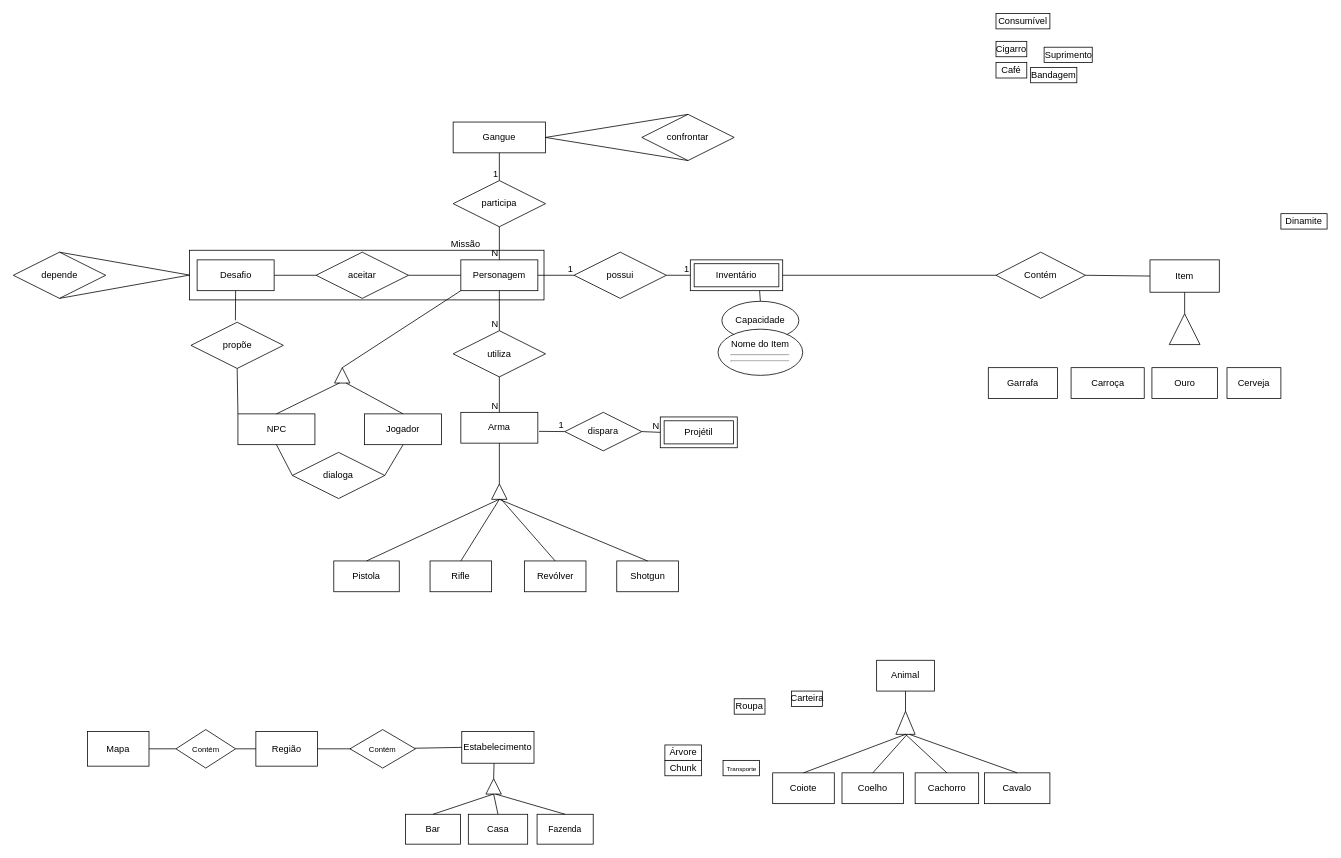
Above: assets/img/Untitled Diagram.drawio in SBD1/2024.1-Red_Dead_Redemption2 (draw.io), before the change. Source tidied: cells renumbered, new cells numbered last; positions are measured from the earlier drawing's top-left corner, leaving out a move shared by most shapes. Both pictures are drawn from the tidied source at 77%, with x=0, y=0 at pixel (13, 13).
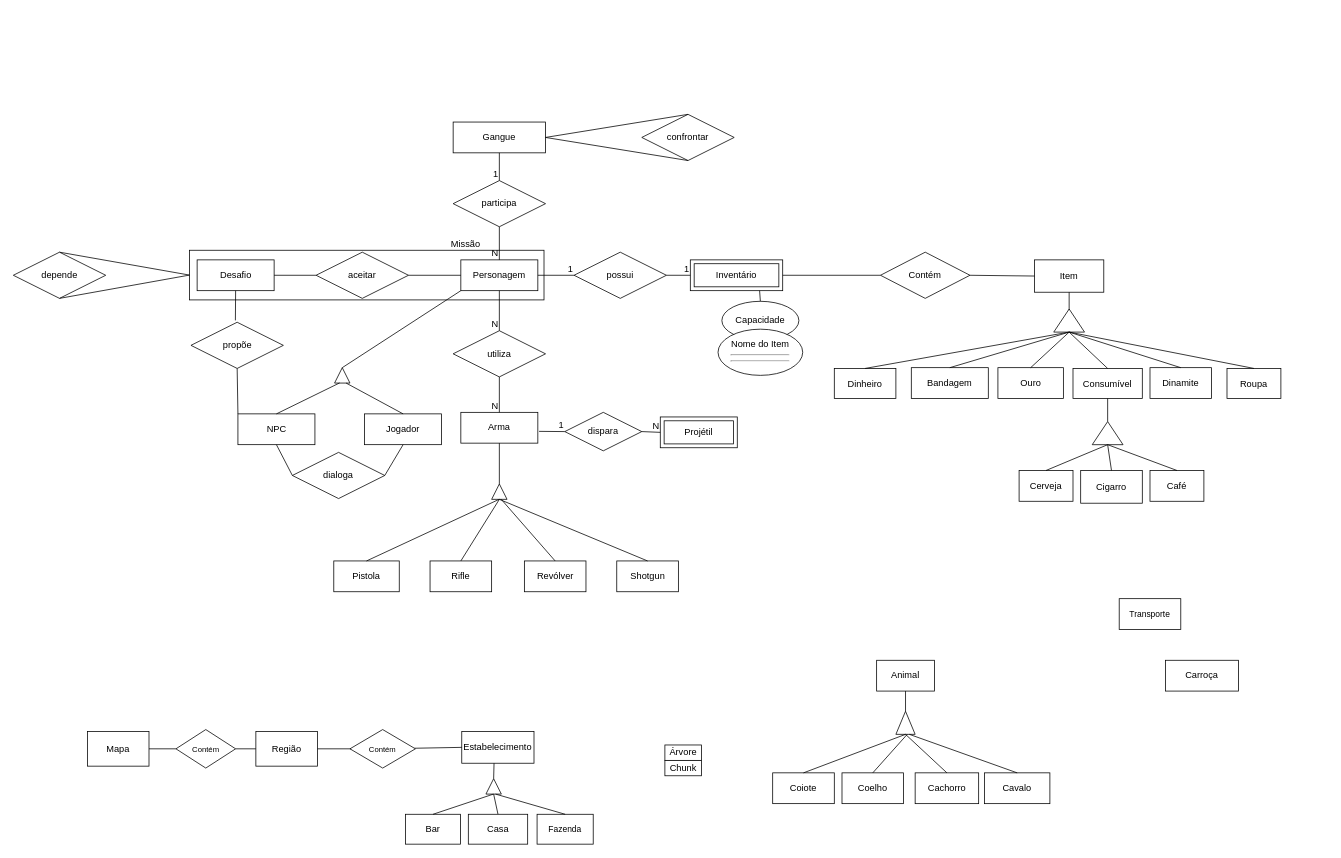
After the change.

Diff of the diagram source:
```diff
@@
     <mxCell id="7" value="Ouro" style="whiteSpace=wrap;html=1;" parent="1" vertex="1">
-      <mxGeometry x="1478.5" y="460" width="85" height="40" as="geometry" />
+      <mxGeometry x="1278.5" y="460" width="85" height="40" as="geometry" />
     </mxCell>
@@
     <mxCell id="9" value="Bandagem" style="whiteSpace=wrap;html=1;" parent="1" vertex="1">
-      <mxGeometry x="1321" y="70" width="60" height="20" as="geometry" />
+      <mxGeometry x="1166" y="460" width="100" height="40" as="geometry" />
     </mxCell>
-    <mxCell id="10" value="Garrafa" style="whiteSpace=wrap;html=1;" parent="1" vertex="1">
-      <mxGeometry x="1266" y="460" width="90" height="40" as="geometry" />
-    </mxCell>
     <mxCell id="11" value="Dinamite" style="whiteSpace=wrap;html=1;" parent="1" vertex="1">
-      <mxGeometry x="1646" y="260" width="60" height="20" as="geometry" />
+      <mxGeometry x="1476" y="460" width="80" height="40" as="geometry" />
     </mxCell>
@@
     <mxCell id="13" value="Carroça" style="whiteSpace=wrap;html=1;" parent="1" vertex="1">
-      <mxGeometry x="1373.5" y="460" width="95" height="40" as="geometry" />
+      <mxGeometry x="1496" y="840" width="95" height="40" as="geometry" />
     </mxCell>
@@
     <mxCell id="15" value="Item" style="whiteSpace=wrap;html=1;" parent="1" vertex="1">
-      <mxGeometry x="1476" y="320" width="90" height="42" as="geometry" />
+      <mxGeometry x="1326" y="320" width="90" height="42" as="geometry" />
     </mxCell>
-    <mxCell id="16" value="Carteira" style="whiteSpace=wrap;html=1;" parent="1" vertex="1">
-      <mxGeometry x="1010.5" y="880" width="40" height="20" as="geometry" />
+    <mxCell id="16" value="Dinheiro" style="whiteSpace=wrap;html=1;" parent="1" vertex="1">
+      <mxGeometry x="1066" y="461" width="80" height="39" as="geometry" />
     </mxCell>
     <mxCell id="17" value="Consumível" style="whiteSpace=wrap;html=1;" parent="1" vertex="1">
-      <mxGeometry x="1276" width="70" height="20" as="geometry" />
+      <mxGeometry x="1376" y="461" width="90" height="39" as="geometry" />
     </mxCell>
     <mxCell id="18" value="Cigarro" style="whiteSpace=wrap;html=1;" parent="1" vertex="1">
-      <mxGeometry x="1276" y="36.2" width="40" height="20" as="geometry" />
+      <mxGeometry x="1386" y="593.5" width="80" height="42.5" as="geometry" />
     </mxCell>
     <mxCell id="19" value="Cerveja" style="whiteSpace=wrap;html=1;" parent="1" vertex="1">
-      <mxGeometry x="1576" y="460" width="70" height="40" as="geometry" />
+      <mxGeometry x="1306" y="593.5" width="70" height="40" as="geometry" />
     </mxCell>
     <mxCell id="20" value="Café" style="whiteSpace=wrap;html=1;" parent="1" vertex="1">
-      <mxGeometry x="1276" y="63.8" width="40" height="20" as="geometry" />
+      <mxGeometry x="1476" y="593.5" width="70" height="40" as="geometry" />
     </mxCell>
@@
     <mxCell id="22" value="Roupa" style="whiteSpace=wrap;html=1;" parent="1" vertex="1">
-      <mxGeometry x="936" y="890" width="40" height="20" as="geometry" />
+      <mxGeometry x="1576" y="461" width="70" height="39" as="geometry" />
     </mxCell>
-    <mxCell id="23" value="Suprimento" style="whiteSpace=wrap;html=1;" parent="1" vertex="1">
-      <mxGeometry x="1338.5" y="43.8" width="62.5" height="20" as="geometry" />
-    </mxCell>
@@
-    <mxCell id="35" value="&lt;font style=&quot;font-size: 8px;&quot;&gt;Transporte&lt;/font&gt;" style="whiteSpace=wrap;html=1;align=center;" parent="1" vertex="1">
-      <mxGeometry x="921.5" y="970" width="47.5" height="20" as="geometry" />
+    <mxCell id="35" value="&lt;font style=&quot;font-size: 11px;&quot;&gt;Transporte&lt;/font&gt;" style="whiteSpace=wrap;html=1;align=center;" parent="1" vertex="1">
+      <mxGeometry x="1436" y="760" width="80" height="40" as="geometry" />
     </mxCell>
@@
     <mxCell id="103" value="Contém" style="shape=rhombus;perimeter=rhombusPerimeter;whiteSpace=wrap;html=1;align=center;" parent="1" vertex="1">
-      <mxGeometry x="1276" y="310" width="116.2" height="60" as="geometry" />
+      <mxGeometry x="1126" y="310" width="116.2" height="60" as="geometry" />
     </mxCell>
@@
     <mxCell id="108" style="endArrow=none;html=1;rounded=0;entryX=0.5;entryY=1;entryDx=0;entryDy=0;" parent="1" edge="1" target="15">
       <mxGeometry relative="1" as="geometry">
-        <mxPoint x="1521" y="390" as="sourcePoint" />
+        <mxPoint x="1371" y="390" as="sourcePoint" />
       </mxGeometry>
     </mxCell>
@@
     <mxCell id="110" style="triangle;whiteSpace=wrap;html=1;direction=north;" parent="1" vertex="1">
-      <mxGeometry x="1501" y="390" width="40" height="40" as="geometry" />
+      <mxGeometry x="1351" y="383.8" width="40" height="30" as="geometry" />
     </mxCell>
@@
+    <mxCell id="114" style="endArrow=none;html=1;rounded=0;entryX=0;entryY=0.5;entryDx=0;entryDy=0;exitX=0.5;exitY=0;exitDx=0;exitDy=0;" parent="1" edge="1" source="9" target="110">
+      <mxGeometry relative="1" as="geometry" />
+    </mxCell>
+    <mxCell id="115" style="endArrow=none;html=1;rounded=0;entryX=0;entryY=0.5;entryDx=0;entryDy=0;exitX=0.5;exitY=0;exitDx=0;exitDy=0;" parent="1" edge="1" source="7" target="110">
+      <mxGeometry relative="1" as="geometry" />
+    </mxCell>
+    <mxCell id="116" style="endArrow=none;html=1;rounded=0;entryX=0;entryY=0.5;entryDx=0;entryDy=0;exitX=0.5;exitY=0;exitDx=0;exitDy=0;" parent="1" edge="1" source="17" target="110">
+      <mxGeometry relative="1" as="geometry" />
+    </mxCell>
+    <mxCell id="117" style="endArrow=none;html=1;rounded=0;entryX=0;entryY=0.5;entryDx=0;entryDy=0;exitX=0.5;exitY=0;exitDx=0;exitDy=0;" parent="1" edge="1" source="11" target="110">
+      <mxGeometry relative="1" as="geometry" />
+    </mxCell>
+    <mxCell id="118" style="triangle;whiteSpace=wrap;html=1;direction=north;" parent="1" vertex="1">
+      <mxGeometry x="1401" y="530" width="40" height="30" as="geometry" />
+    </mxCell>
+    <mxCell id="119" style="endArrow=none;html=1;rounded=0;entryX=0.5;entryY=1;entryDx=0;entryDy=0;exitX=1;exitY=0.5;exitDx=0;exitDy=0;" parent="1" edge="1" source="118" target="17">
+      <mxGeometry relative="1" as="geometry" />
+    </mxCell>
+    <mxCell id="120" style="endArrow=none;html=1;rounded=0;entryX=0;entryY=0.5;entryDx=0;entryDy=0;exitX=0.5;exitY=0;exitDx=0;exitDy=0;" parent="1" edge="1" source="19" target="118">
+      <mxGeometry relative="1" as="geometry" />
+    </mxCell>
+    <mxCell id="121" style="endArrow=none;html=1;rounded=0;entryX=0;entryY=0.5;entryDx=0;entryDy=0;exitX=0.5;exitY=0;exitDx=0;exitDy=0;" parent="1" edge="1" source="18" target="118">
+      <mxGeometry relative="1" as="geometry" />
+    </mxCell>
+    <mxCell id="122" style="endArrow=none;html=1;rounded=0;entryX=0;entryY=0.5;entryDx=0;entryDy=0;exitX=0.5;exitY=0;exitDx=0;exitDy=0;" parent="1" edge="1" source="20" target="118">
+      <mxGeometry relative="1" as="geometry" />
+    </mxCell>
+    <mxCell id="123" style="endArrow=none;html=1;rounded=0;exitX=0.5;exitY=0;exitDx=0;exitDy=0;entryX=0;entryY=0.5;entryDx=0;entryDy=0;" parent="1" edge="1" source="16" target="110">
+      <mxGeometry relative="1" as="geometry" />
+    </mxCell>
+    <mxCell id="124" style="endArrow=none;html=1;rounded=0;entryX=0;entryY=0.5;entryDx=0;entryDy=0;exitX=0.5;exitY=0;exitDx=0;exitDy=0;" parent="1" edge="1" source="22" target="110">
+      <mxGeometry relative="1" as="geometry" />
+    </mxCell>
```
